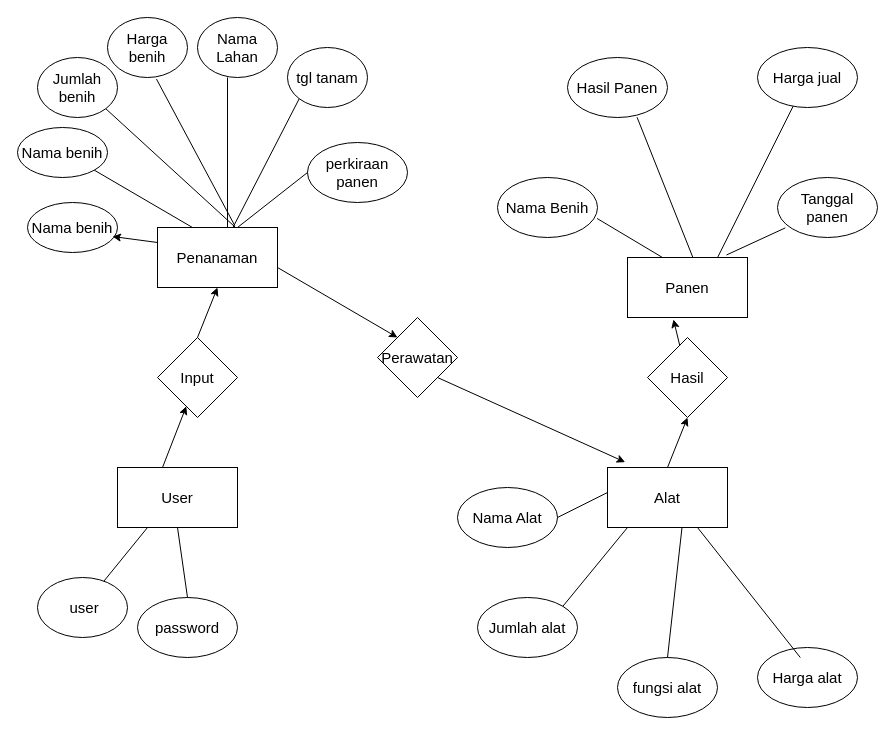
ramabhagadhara/IF214002 keeps this draw.io diagram as pertemuan 2/pertemuan 2.drawio. Above is the earlier version. Source tidied: cells renumbered, new cells numbered last; positions are measured from the earlier drawing's top-left corner, leaving out a move shared by most shapes. Both pictures are drawn from the tidied source at 100%, with x=0, y=0 at pixel (17, 17).
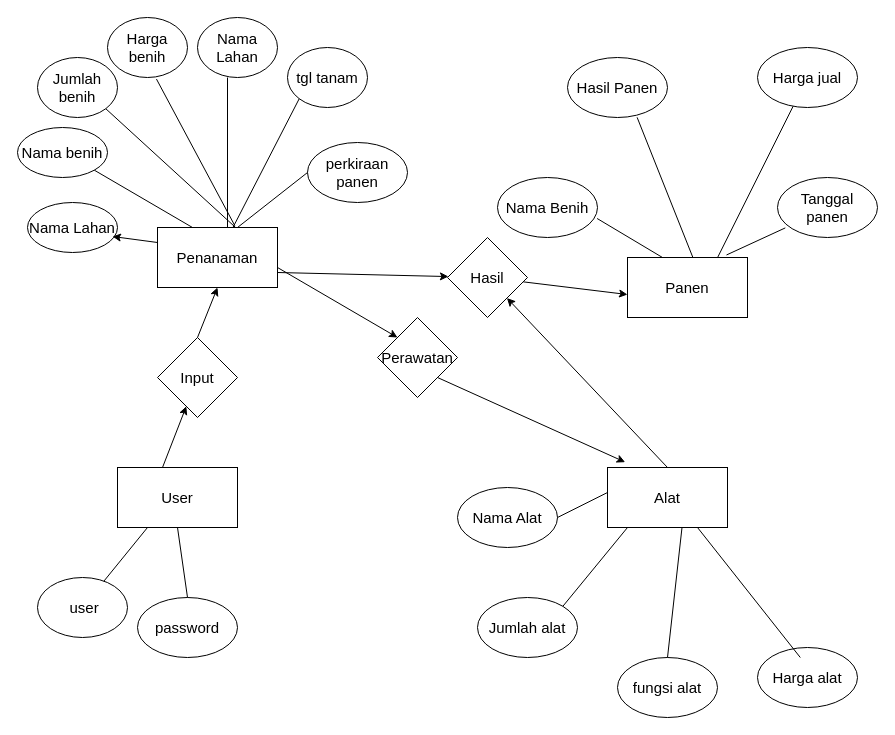
Above is the later version.

The change refers to these unchanged cells:
```xml
<mxCell id="2" value="Alat" style="rounded=0;whiteSpace=wrap;html=1;fontSize=15;" parent="1" vertex="1">
  <mxGeometry x="590" y="450" width="120" height="60" as="geometry" />
</mxCell>
<mxCell id="3" value="Penanaman" style="rounded=0;whiteSpace=wrap;html=1;fontSize=15;" parent="1" vertex="1">
  <mxGeometry x="140" y="210" width="120" height="60" as="geometry" />
</mxCell>
<mxCell id="4" value="Panen" style="rounded=0;whiteSpace=wrap;html=1;fontSize=15;" parent="1" vertex="1">
  <mxGeometry x="610" y="240" width="120" height="60" as="geometry" />
</mxCell>
```

Change to the diagram source:
```diff
@@
-    <mxCell id="38" style="endArrow=classic;html=1;rounded=0;fontSize=15;exitX=0.5;exitY=0;exitDx=0;exitDy=0;" parent="1" edge="1" source="2">
-      <mxGeometry relative="1" as="geometry">
-        <mxPoint x="670" y="400" as="targetPoint" />
-      </mxGeometry>
+    <mxCell id="38" style="endArrow=classic;html=1;rounded=0;fontSize=15;exitX=0.5;exitY=0;exitDx=0;exitDy=0;" parent="1" edge="1" source="2" target="43">
+      <mxGeometry relative="1" as="geometry" />
     </mxCell>
@@
     <mxCell id="43" value="Hasil" style="rhombus;whiteSpace=wrap;html=1;fontSize=15;" parent="1" vertex="1">
-      <mxGeometry x="630" y="320" width="80" height="80" as="geometry" />
+      <mxGeometry x="430" y="220" width="80" height="80" as="geometry" />
     </mxCell>
-    <mxCell id="44" style="endArrow=classic;html=1;rounded=0;fontSize=15;entryX=0.383;entryY=1.033;entryDx=0;entryDy=0;entryPerimeter=0;" parent="1" edge="1" source="43" target="4">
+    <mxCell id="44" style="endArrow=classic;html=1;rounded=0;fontSize=15;entryX=0;entryY=0.617;entryDx=0;entryDy=0;entryPerimeter=0;" parent="1" edge="1" source="43" target="4">
       <mxGeometry relative="1" as="geometry" />
     </mxCell>
@@
-    <mxCell id="47" value="Nama benih" style="ellipse;whiteSpace=wrap;html=1;fontSize=15;" parent="1" vertex="1">
+    <mxCell id="47" value="Nama Lahan" style="ellipse;whiteSpace=wrap;html=1;fontSize=15;" parent="1" vertex="1">
       <mxGeometry x="10" y="185" width="90" height="50" as="geometry" />
     </mxCell>
@@
+    <mxCell id="49" style="endArrow=classic;html=1;rounded=0;exitX=1;exitY=0.75;exitDx=0;exitDy=0;" parent="1" edge="1" source="3" target="43">
+      <mxGeometry relative="1" as="geometry" />
+    </mxCell>
```
